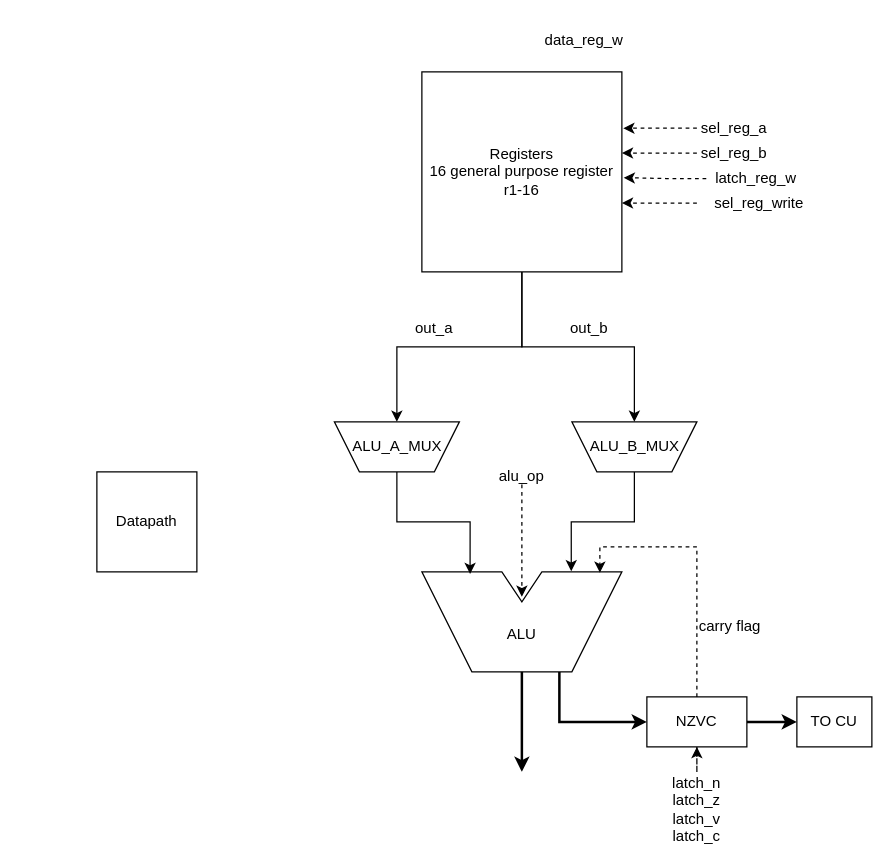
Miwm64/ailurus keeps this draw.io diagram as docs/scheme.drawio. Above is the earlier version. Source tidied: cells renumbered, new cells numbered last; positions are measured from the earlier drawing's top-left corner, leaving out a move shared by most shapes. Both pictures are drawn from the tidied source at 125%, with x=0, y=0 at pixel (96, 21).
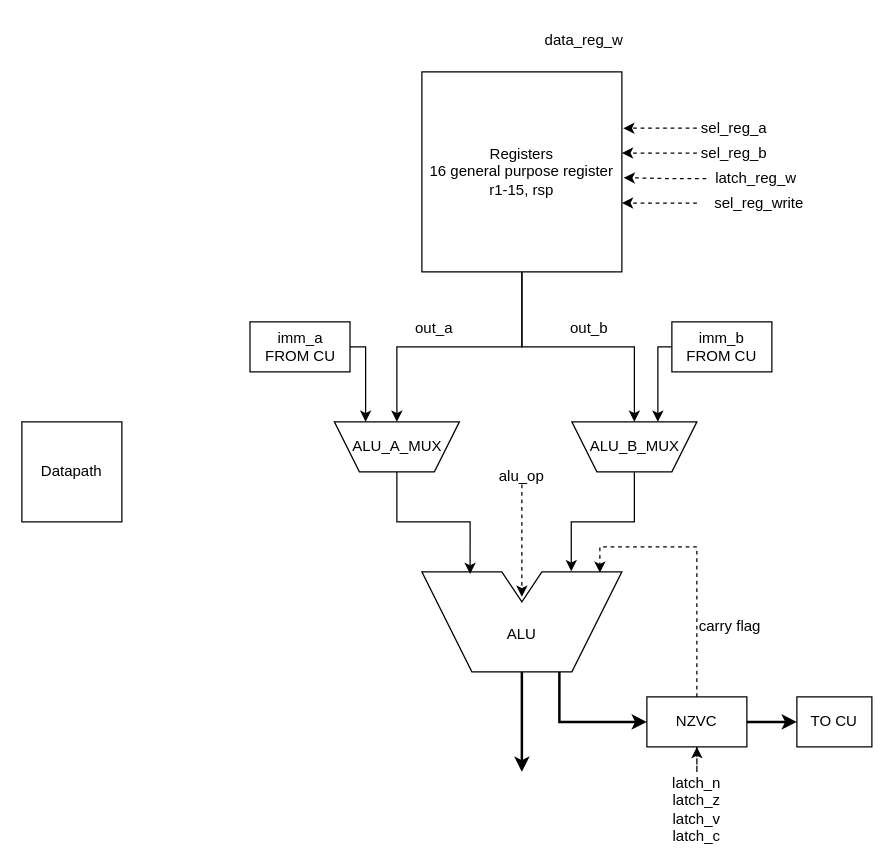
The same page after the edit.

Commit message:
docs: imm value

The change refers to these unchanged cells:
```xml
<mxCell id="18" value="&lt;div&gt;&lt;br/&gt;&lt;/div&gt;" style="shape=trapezoid;perimeter=trapezoidPerimeter;whiteSpace=wrap;html=1;shapeInside=1;fixedSize=1;size=20;rotation=-180;" parent="17" vertex="1">
  <mxGeometry width="100" height="40" as="geometry" />
</mxCell>
```

Diff of the diagram source:
```diff
@@
     <mxCell id="2" value="Datapath" style="whiteSpace=wrap;html=1;" parent="1" vertex="1">
-      <mxGeometry y="360" width="80" height="80" as="geometry" />
+      <mxGeometry x="-60" y="320" width="80" height="80" as="geometry" />
     </mxCell>
@@
-    <mxCell id="27" value="Registers&lt;div&gt;16 general purpose register&lt;/div&gt;&lt;div&gt;r1-16&lt;/div&gt;" style="rounded=0;whiteSpace=wrap;html=1;" parent="1" vertex="1">
+    <mxCell id="27" value="Registers&lt;div&gt;16 general purpose register&lt;/div&gt;&lt;div&gt;r1-15, rsp&lt;/div&gt;" style="rounded=0;whiteSpace=wrap;html=1;" parent="1" vertex="1">
       <mxGeometry x="260" y="40" width="160" height="160" as="geometry" />
     </mxCell>
@@
+    <mxCell id="39" style="edgeStyle=orthogonalEdgeStyle;rounded=0;jettySize=auto;html=1;" parent="1" edge="1" source="40">
+      <mxGeometry relative="1" as="geometry">
+        <mxPoint x="448.8" y="320" as="targetPoint" />
+        <Array as="points">
+          <mxPoint x="448.8" y="260" />
+        </Array>
+      </mxGeometry>
+    </mxCell>
+    <mxCell id="40" value="&lt;div&gt;imm_b&lt;/div&gt;FROM CU" style="rounded=0;whiteSpace=wrap;html=1;" parent="1" vertex="1">
+      <mxGeometry x="460" y="240" width="80" height="40" as="geometry" />
+    </mxCell>
+    <mxCell id="41" style="edgeStyle=orthogonalEdgeStyle;rounded=0;jettySize=auto;html=1;entryX=0.75;entryY=1;entryDx=0;entryDy=0;exitX=1;exitY=0.5;exitDx=0;exitDy=0;" parent="1" edge="1" source="42" target="18">
+      <mxGeometry relative="1" as="geometry">
+        <Array as="points">
+          <mxPoint x="215" y="260" />
+        </Array>
+      </mxGeometry>
+    </mxCell>
+    <mxCell id="42" value="&lt;div&gt;imm_a&lt;/div&gt;FROM CU" style="rounded=0;whiteSpace=wrap;html=1;strokeColor=default;align=center;verticalAlign=middle;fontFamily=Helvetica;fontSize=12;fontColor=default;fillColor=default;" parent="1" vertex="1">
+      <mxGeometry x="122.5" y="240" width="80" height="40" as="geometry" />
+    </mxCell>
```
